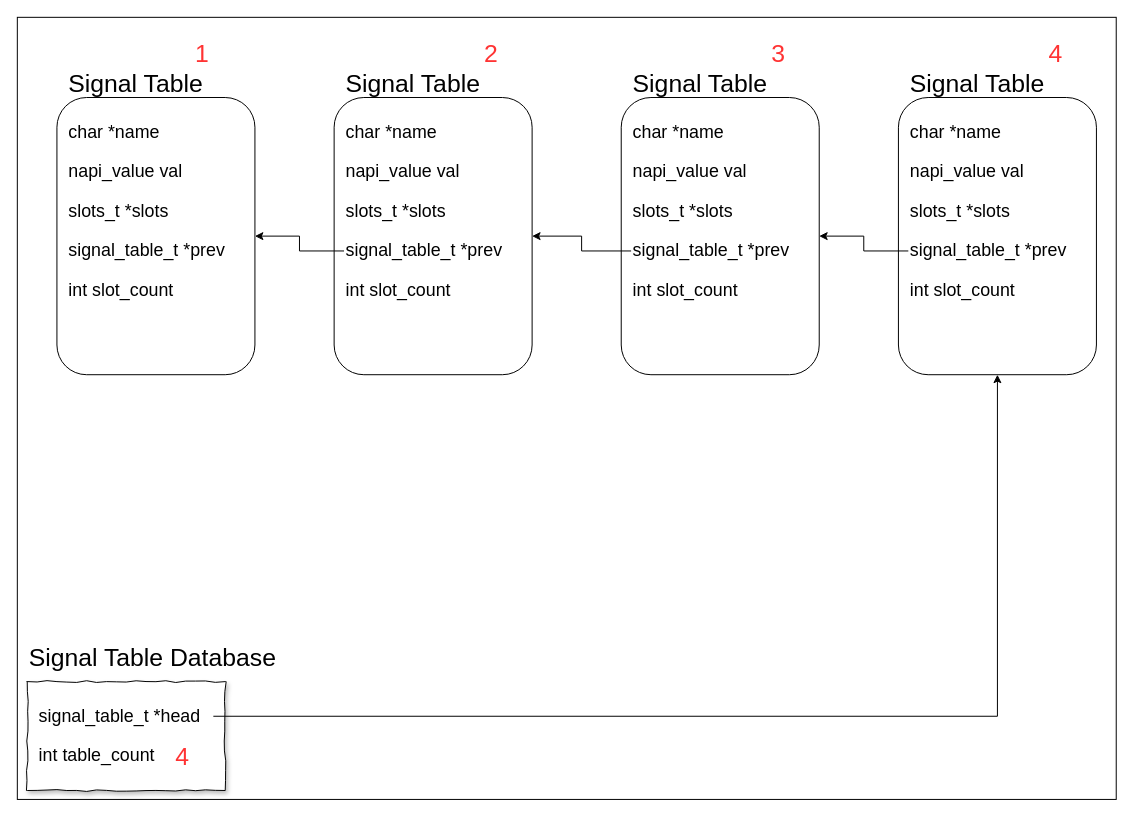
Earlier version of the draw.io diagram docs/database-design.drawio (nsslib/nsslib). Source tidied: cells renumbered, new cells numbered last; positions are measured from the earlier drawing's top-left corner, leaving out a move shared by most shapes. Both pictures are drawn from the tidied source at 99%, with x=0, y=0 at pixel (17, 17).
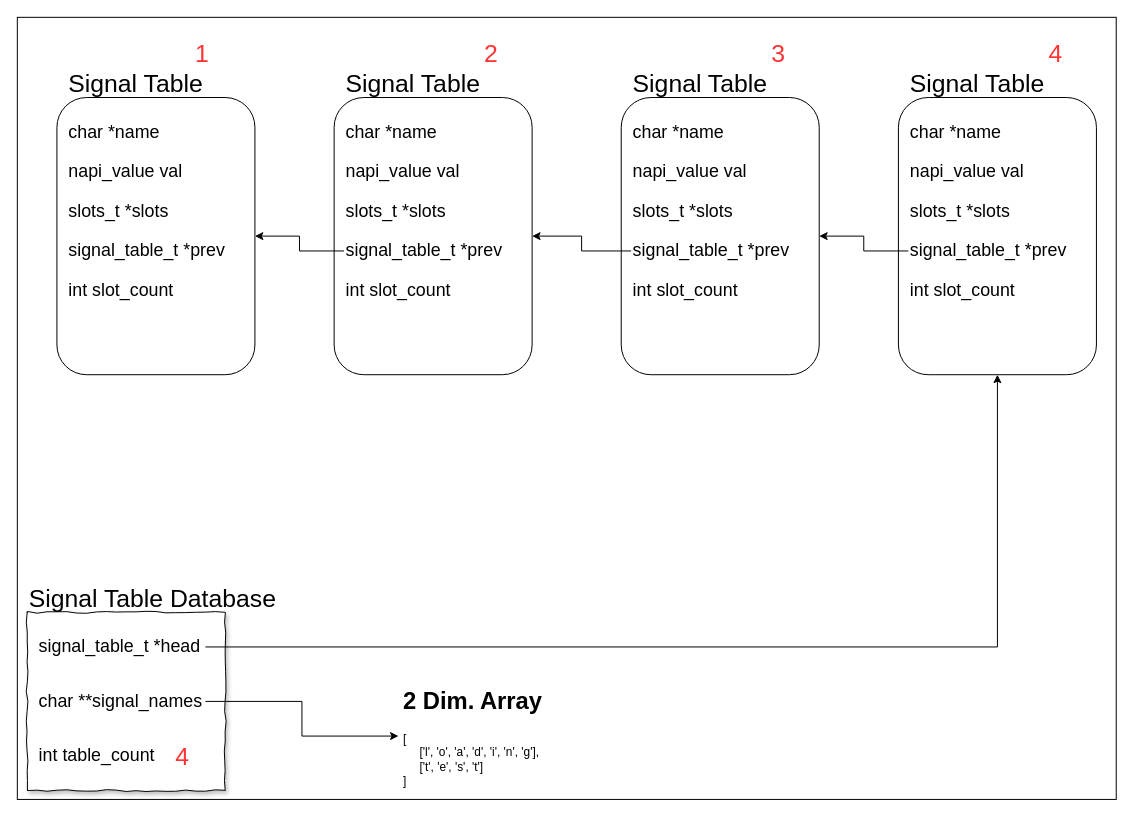
The same page after the edit.

Change to the diagram source:
```diff
@@
     <mxCell id="3" style="rounded=0;whiteSpace=wrap;html=1;shadow=1;comic=1;" parent="1" vertex="1">
-      <mxGeometry x="10" y="671" width="200" height="110" as="geometry" />
+      <mxGeometry x="10" y="601" width="200" height="180" as="geometry" />
     </mxCell>
     <mxCell id="4" value="Signal Table Database" style="text;html=1;strokeColor=none;fillColor=none;align=left;verticalAlign=middle;whiteSpace=wrap;rounded=0;fontSize=25;comic=0;shadow=0;" parent="1" vertex="1">
-      <mxGeometry x="10" y="631" width="258" height="30" as="geometry" />
+      <mxGeometry x="10" y="571" width="258" height="30" as="geometry" />
     </mxCell>
@@
     <mxCell id="6" value="signal_table_t *head" style="text;html=1;strokeColor=none;fillColor=none;align=left;verticalAlign=middle;whiteSpace=wrap;rounded=0;fontSize=18;" parent="1" vertex="1">
-      <mxGeometry x="20" y="691" width="178" height="30" as="geometry" />
+      <mxGeometry x="20" y="621" width="170" height="30" as="geometry" />
     </mxCell>
@@
+    <mxCell id="46" style="edgeStyle=orthogonalEdgeStyle;rounded=0;jettySize=auto;html=1;exitX=1;exitY=0.5;exitDx=0;exitDy=0;entryX=0;entryY=0.5;entryDx=0;entryDy=0;" parent="1" edge="1" source="47" target="48">
+      <mxGeometry relative="1" as="geometry" />
+    </mxCell>
+    <mxCell id="47" value="char **signal_names" style="text;html=1;strokeColor=none;fillColor=none;align=left;verticalAlign=middle;whiteSpace=wrap;rounded=0;fontSize=18;" parent="1" vertex="1">
+      <mxGeometry x="20" y="676" width="170" height="30" as="geometry" />
+    </mxCell>
+    <mxCell id="48" value="&lt;h1&gt;2 Dim. Array&lt;/h1&gt;&lt;div&gt;[&lt;/div&gt;&lt;div&gt;&amp;nbsp; &amp;nbsp; &amp;nbsp;['l', 'o', 'a', 'd', 'i', 'n', 'g'],&lt;/div&gt;&lt;div&gt;&amp;nbsp; &amp;nbsp; &amp;nbsp;['t', 'e', 's', 't']&lt;br&gt;&lt;/div&gt;&lt;div&gt;]&lt;/div&gt;" style="text;html=1;strokeColor=none;fillColor=none;spacing=5;spacingTop=-20;whiteSpace=wrap;overflow=hidden;rounded=0;" parent="1" vertex="1">
+      <mxGeometry x="385" y="671" width="190" height="110" as="geometry" />
+    </mxCell>
```
